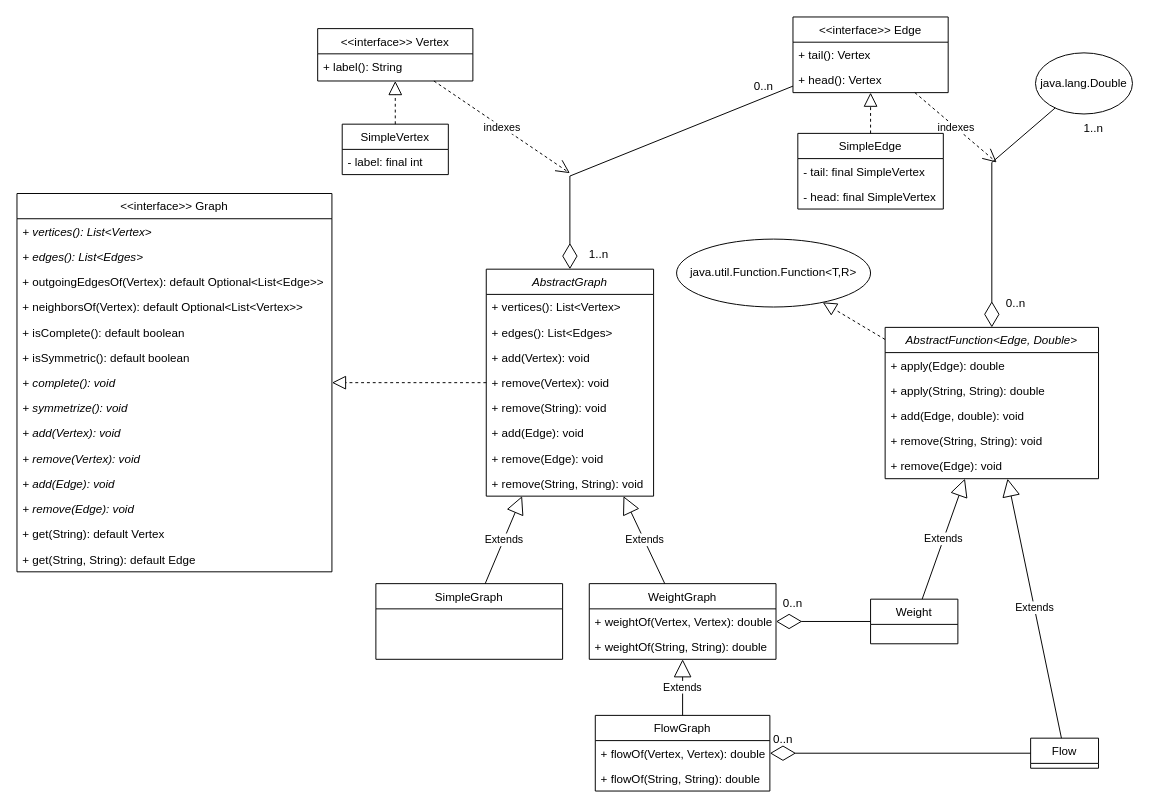
Above: docs/graph.drawio in mgmu/jraf (draw.io), before the change. Source tidied: cells renumbered, new cells numbered last; positions are measured from the earlier drawing's top-left corner, leaving out a move shared by most shapes. Both pictures are drawn from the tidied source at 97%, with x=0, y=0 at pixel (16, 16).
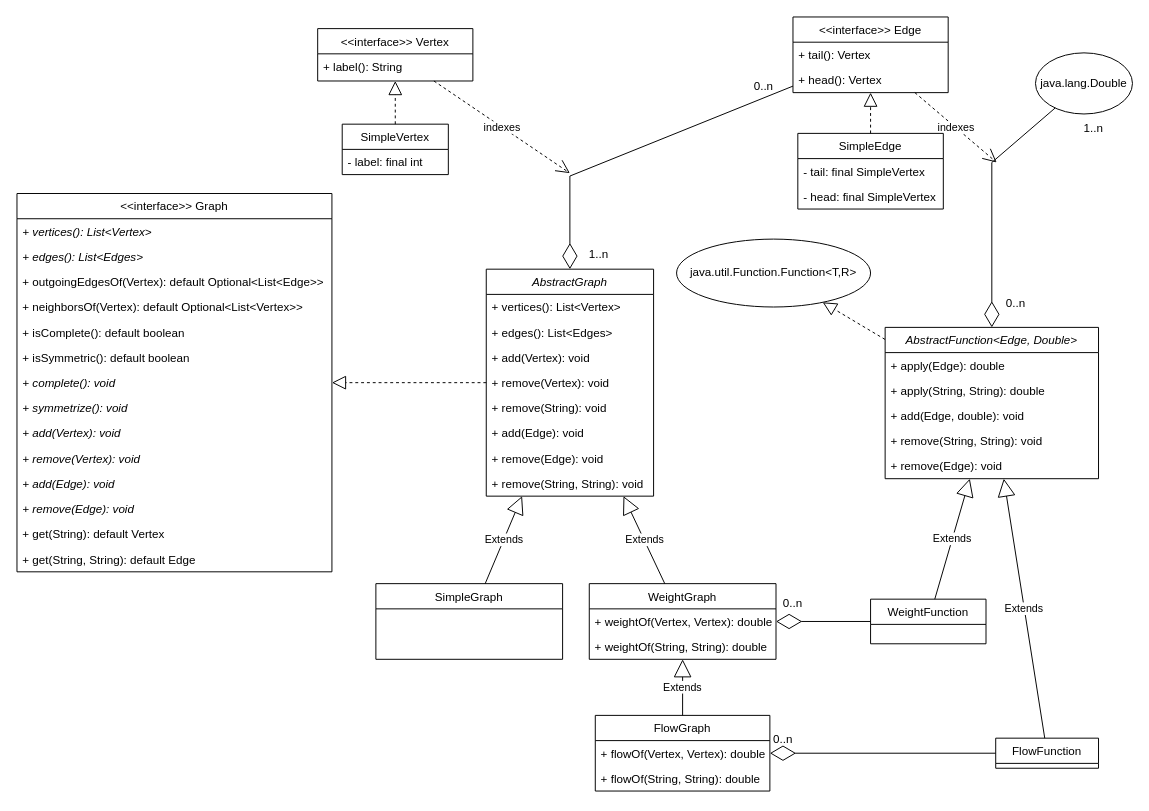
The same diagram, later.

Commit message:
Updated weight and flow function type names

Diff of the diagram source:
```diff
@@
-    <mxCell id="34" value="Weight" style="swimlane;fontStyle=0;align=center;verticalAlign=top;horizontal=1;startSize=26;rounded=0;shadow=0;strokeWidth=1;" parent="1" vertex="1">
-      <mxGeometry x="880" y="600.2" width="90" height="46" as="geometry" />
+    <mxCell id="34" value="WeightFunction" style="swimlane;fontStyle=0;align=center;verticalAlign=top;horizontal=1;startSize=26;rounded=0;shadow=0;strokeWidth=1;" parent="1" vertex="1">
+      <mxGeometry x="880" y="600.2" width="119" height="46" as="geometry" />
     </mxCell>
-    <mxCell id="35" value="Flow" style="swimlane;fontStyle=0;align=center;verticalAlign=top;horizontal=1;startSize=26;rounded=0;shadow=0;strokeWidth=1;" parent="1" vertex="1">
-      <mxGeometry x="1045" y="743.5" width="70" height="31" as="geometry" />
+    <mxCell id="35" value="FlowFunction" style="swimlane;fontStyle=0;align=center;verticalAlign=top;horizontal=1;startSize=26;rounded=0;shadow=0;strokeWidth=1;" parent="1" vertex="1">
+      <mxGeometry x="1009" y="743.5" width="106" height="31" as="geometry" />
     </mxCell>
```
